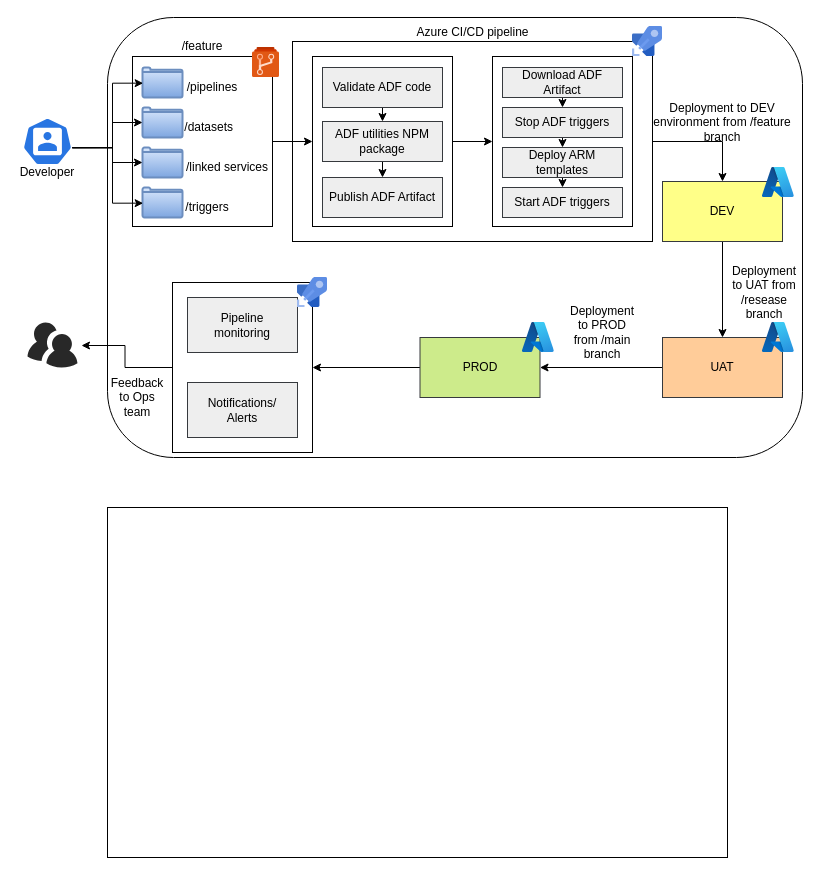
Above: Untitled Diagram.drawio in Sri-git-acc/python (draw.io), before the change. Source tidied: cells renumbered, new cells numbered last; positions are measured from the earlier drawing's top-left corner, leaving out a move shared by most shapes. Both pictures are drawn from the tidied source at 100%, with x=0, y=0 at pixel (17, 17).
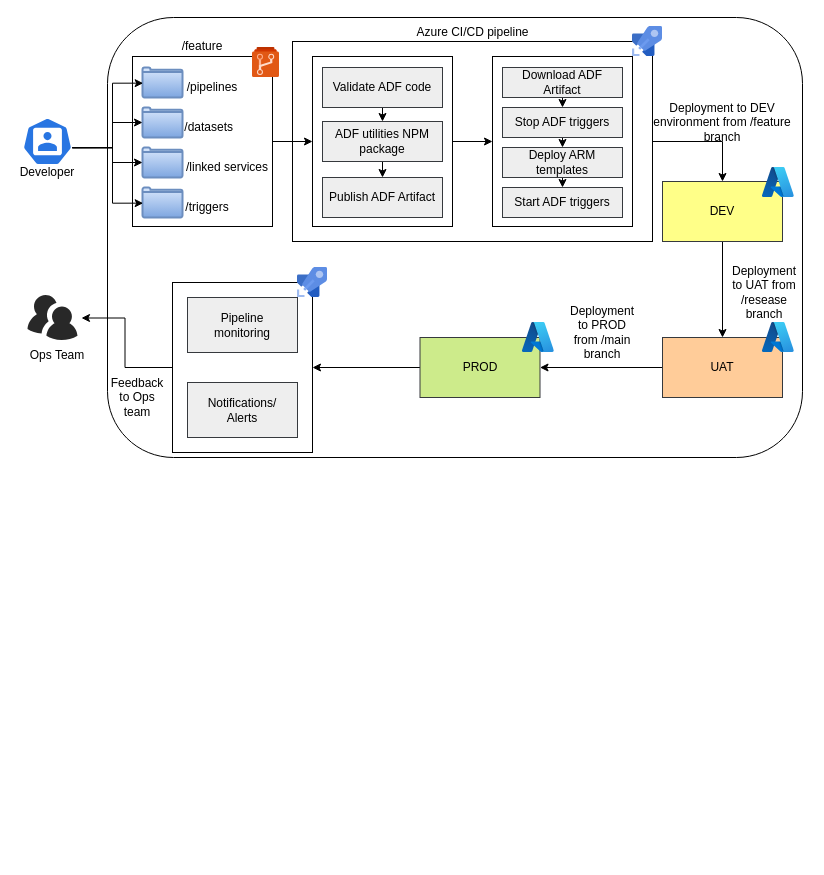
Above is the later version.

Change to the diagram source:
```diff
@@
     <mxCell id="60" style="verticalLabelPosition=bottom;sketch=0;html=1;fillColor=#282828;strokeColor=none;verticalAlign=top;align=center;shape=mxgraph.cisco_safe.people_places_things_icons.icon9;" parent="1" vertex="1">
-      <mxGeometry x="10" y="305" width="50" height="45" as="geometry" />
+      <mxGeometry x="10" y="277.5" width="50" height="45" as="geometry" />
     </mxCell>
@@
     <mxCell id="63" style="image;sketch=0;html=1;align=center;fontSize=12;image=img/lib/mscae/Azure_Pipelines.svg;" parent="1" vertex="1">
-      <mxGeometry x="280" y="260" width="30" height="30" as="geometry" />
+      <mxGeometry x="280" y="250" width="30" height="30" as="geometry" />
     </mxCell>
-    <mxCell id="64" style="rounded=0;whiteSpace=wrap;html=1;" parent="1" vertex="1">
-      <mxGeometry x="90" y="490" width="620" height="350" as="geometry" />
-    </mxCell>
+    <mxCell id="65" value="Ops Team" style="text;html=1;whiteSpace=wrap;strokeColor=none;fillColor=none;align=center;verticalAlign=middle;rounded=0;" parent="1" vertex="1">
+      <mxGeometry x="10" y="322.5" width="60" height="30" as="geometry" />
+    </mxCell>
```
